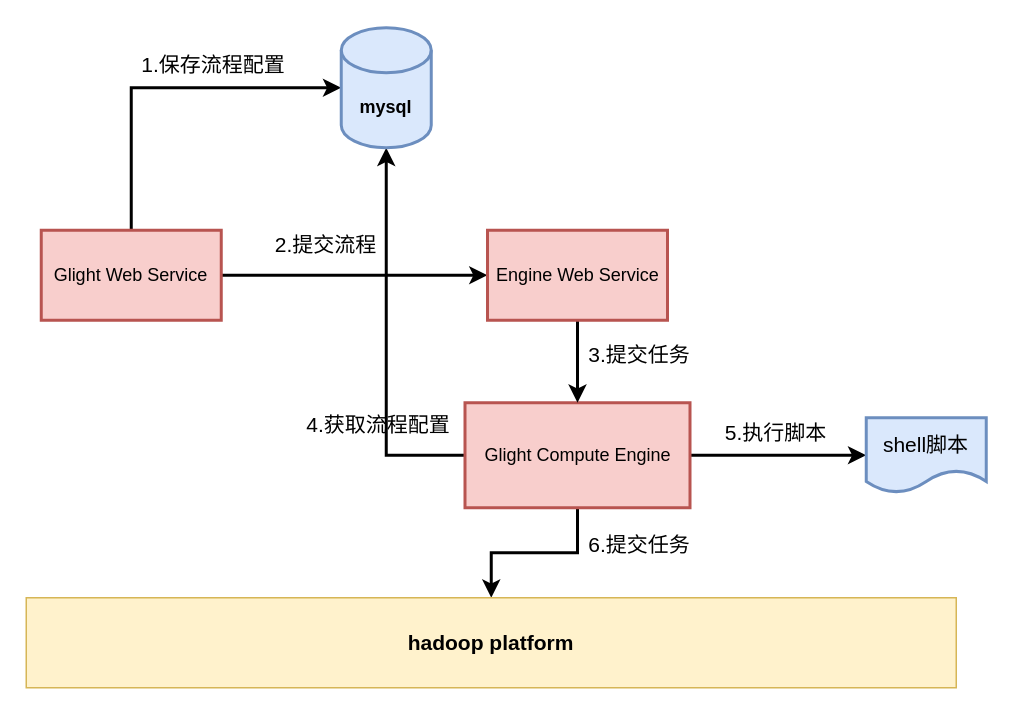
wroldchinalee/drawio keeps this draw.io diagram as 经纶处理流程2.drawio. Above is the earlier version. Source tidied: cells renumbered, new cells numbered last; positions are measured from the earlier drawing's top-left corner, leaving out a move shared by most shapes. Both pictures are drawn from the tidied source at 150%, with x=0, y=0 at pixel (26, 27).
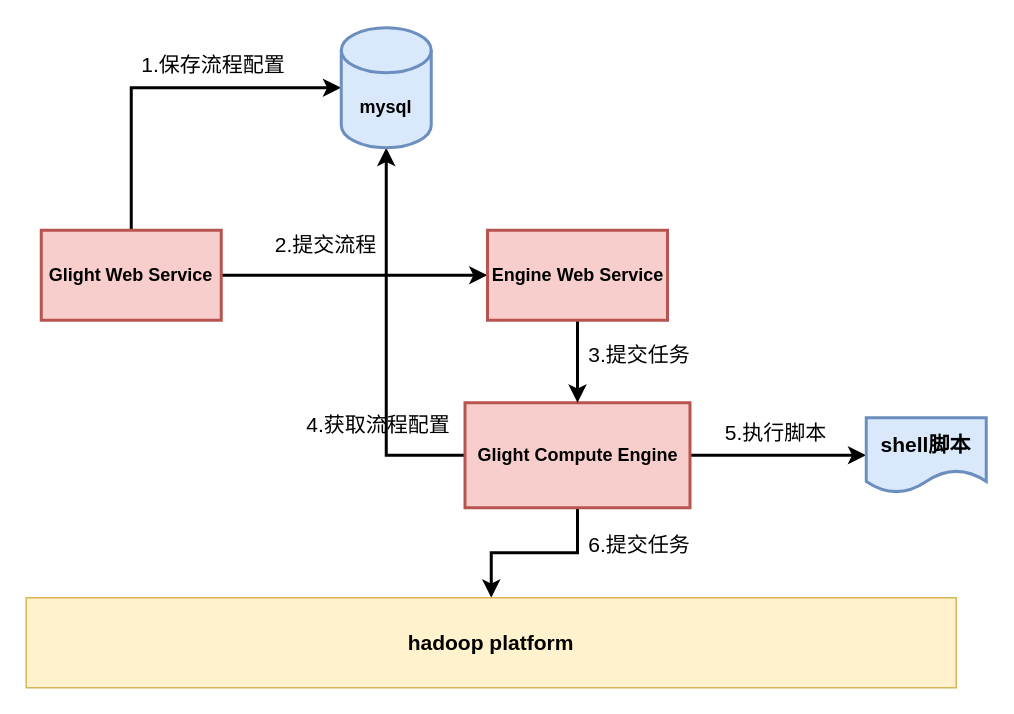
The same page after the edit.

Commit message (it also covers changes not shown here):
更新经纶处理流程2.drawio

What changed in the source:
```diff
@@
 <mxGraphModel>
   <root>
     <mxCell id="0" />
     <mxCell id="1" parent="0" />
     <mxCell id="2" style="edgeStyle=orthogonalEdgeStyle;rounded=0;jettySize=auto;html=1;entryX=0;entryY=0.5;entryDx=0;entryDy=0;fontSize=14;strokeWidth=2;" parent="1" edge="1" source="4" target="11">
       <mxGeometry relative="1" as="geometry" />
     </mxCell>
     <mxCell id="3" style="edgeStyle=orthogonalEdgeStyle;rounded=0;jettySize=auto;html=1;entryX=0;entryY=0.5;entryDx=0;entryDy=0;entryPerimeter=0;strokeWidth=2;fontSize=14;exitX=0.5;exitY=0;exitDx=0;exitDy=0;" parent="1" edge="1" source="4" target="9">
       <mxGeometry relative="1" as="geometry" />
     </mxCell>
-    <mxCell id="4" value="Glight Web Service" style="rounded=0;whiteSpace=wrap;html=1;fillColor=#f8cecc;strokeColor=#b85450;strokeWidth=2;" parent="1" vertex="1">
+    <mxCell id="4" value="&lt;b&gt;Glight Web Service&lt;/b&gt;" style="rounded=0;whiteSpace=wrap;html=1;fillColor=#f8cecc;strokeColor=#b85450;strokeWidth=2;" parent="1" vertex="1">
       <mxGeometry x="10" y="135" width="120" height="60" as="geometry" />
     </mxCell>
     <mxCell id="5" style="edgeStyle=orthogonalEdgeStyle;rounded=0;jettySize=auto;html=1;strokeWidth=2;fontSize=14;" parent="1" edge="1" source="8" target="15">
       <mxGeometry relative="1" as="geometry" />
     </mxCell>
     <mxCell id="6" style="edgeStyle=orthogonalEdgeStyle;rounded=0;jettySize=auto;html=1;strokeWidth=2;fontSize=14;" parent="1" edge="1" source="8" target="12">
       <mxGeometry relative="1" as="geometry" />
     </mxCell>
     <mxCell id="7" style="edgeStyle=orthogonalEdgeStyle;rounded=0;jettySize=auto;html=1;entryX=0.5;entryY=1;entryDx=0;entryDy=0;entryPerimeter=0;strokeWidth=2;fontSize=14;" parent="1" edge="1" source="8" target="9">
       <mxGeometry relative="1" as="geometry" />
     </mxCell>
-    <mxCell id="8" value="Glight Compute Engine" style="rounded=0;whiteSpace=wrap;html=1;fillColor=#f8cecc;strokeColor=#b85450;strokeWidth=2;" parent="1" vertex="1">
+    <mxCell id="8" value="&lt;b&gt;Glight Compute Engine&lt;/b&gt;" style="rounded=0;whiteSpace=wrap;html=1;fillColor=#f8cecc;strokeColor=#b85450;strokeWidth=2;" parent="1" vertex="1">
       <mxGeometry x="292.5" y="250" width="150" height="70" as="geometry" />
     </mxCell>
     <mxCell id="9" value="&lt;b&gt;mysql&lt;/b&gt;" style="shape=cylinder3;whiteSpace=wrap;html=1;boundedLbl=1;backgroundOutline=1;size=15;fillColor=#dae8fc;strokeColor=#6c8ebf;strokeWidth=2;" parent="1" vertex="1">
       <mxGeometry x="210" width="60" height="80" as="geometry" />
     </mxCell>
     <mxCell id="10" style="edgeStyle=orthogonalEdgeStyle;rounded=0;jettySize=auto;html=1;strokeWidth=2;fontSize=14;" parent="1" edge="1" source="11" target="8">
       <mxGeometry relative="1" as="geometry" />
     </mxCell>
-    <mxCell id="11" value="Engine Web Service" style="rounded=0;whiteSpace=wrap;html=1;fillColor=#f8cecc;strokeColor=#b85450;strokeWidth=2;" parent="1" vertex="1">
+    <mxCell id="11" value="&lt;b&gt;Engine Web Service&lt;/b&gt;" style="rounded=0;whiteSpace=wrap;html=1;fillColor=#f8cecc;strokeColor=#b85450;strokeWidth=2;" parent="1" vertex="1">
       <mxGeometry x="307.5" y="135" width="120" height="60" as="geometry" />
     </mxCell>
     <mxCell id="12" value="&lt;font style=&quot;font-size: 14px;&quot;&gt;&lt;b&gt;hadoop platform&lt;/b&gt;&lt;/font&gt;" style="rounded=0;whiteSpace=wrap;html=1;fillColor=#fff2cc;strokeColor=#d6b656;" parent="1" vertex="1">
       <mxGeometry y="380" width="620" height="60" as="geometry" />
     </mxCell>
     <mxCell id="13" value="2.提交流程" style="text;html=1;strokeColor=none;fillColor=none;align=center;verticalAlign=middle;whiteSpace=wrap;rounded=0;strokeWidth=2;fontSize=14;" parent="1" vertex="1">
       <mxGeometry x="160" y="130" width="80" height="30" as="geometry" />
     </mxCell>
     <mxCell id="14" value="3.提交任务" style="text;html=1;strokeColor=none;fillColor=none;align=center;verticalAlign=middle;whiteSpace=wrap;rounded=0;strokeWidth=2;fontSize=14;" parent="1" vertex="1">
       <mxGeometry x="348.5" y="203" width="120" height="30" as="geometry" />
     </mxCell>
-    <mxCell id="15" value="shell脚本" style="shape=document;whiteSpace=wrap;html=1;boundedLbl=1;strokeWidth=2;fontSize=14;fillColor=#dae8fc;strokeColor=#6c8ebf;" parent="1" vertex="1">
+    <mxCell id="15" value="&lt;b&gt;shell脚本&lt;/b&gt;" style="shape=document;whiteSpace=wrap;html=1;boundedLbl=1;strokeWidth=2;fontSize=14;fillColor=#dae8fc;strokeColor=#6c8ebf;" parent="1" vertex="1">
       <mxGeometry x="560" y="260" width="80" height="50" as="geometry" />
     </mxCell>
     <mxCell id="16" value="5.执行脚本" style="text;html=1;strokeColor=none;fillColor=none;align=center;verticalAlign=middle;whiteSpace=wrap;rounded=0;strokeWidth=2;fontSize=14;" parent="1" vertex="1">
       <mxGeometry x="440" y="255" width="120" height="30" as="geometry" />
     </mxCell>
     <mxCell id="17" value="6.提交任务" style="text;html=1;strokeColor=none;fillColor=none;align=center;verticalAlign=middle;whiteSpace=wrap;rounded=0;strokeWidth=2;fontSize=14;" parent="1" vertex="1">
       <mxGeometry x="368.5" y="330" width="80" height="30" as="geometry" />
     </mxCell>
     <mxCell id="18" value="1.保存流程配置" style="text;html=1;strokeColor=none;fillColor=none;align=center;verticalAlign=middle;whiteSpace=wrap;rounded=0;strokeWidth=2;fontSize=14;" parent="1" vertex="1">
       <mxGeometry x="70" y="10" width="110" height="30" as="geometry" />
     </mxCell>
     <mxCell id="19" value="4.获取流程配置" style="text;html=1;strokeColor=none;fillColor=none;align=center;verticalAlign=middle;whiteSpace=wrap;rounded=0;strokeWidth=2;fontSize=14;" parent="1" vertex="1">
       <mxGeometry x="180" y="250" width="110" height="30" as="geometry" />
     </mxCell>
   </root>
 </mxGraphModel>
```
